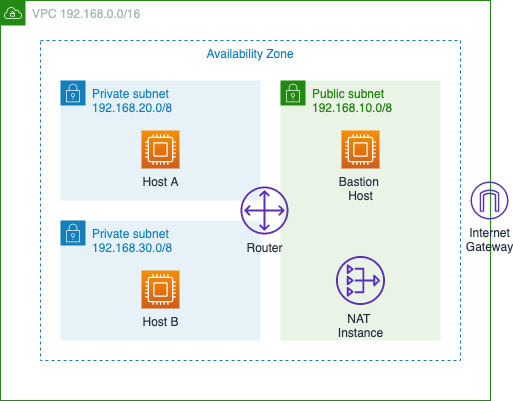
Before: activity_07_vpc/images/activity_07.png, a diagram exported from draw.io (thyagomota/21UCS39AB). Source tidied: cells renumbered, new cells last; positions are measured from the earlier drawing's top-left corner, leaving out a move shared by most shapes.
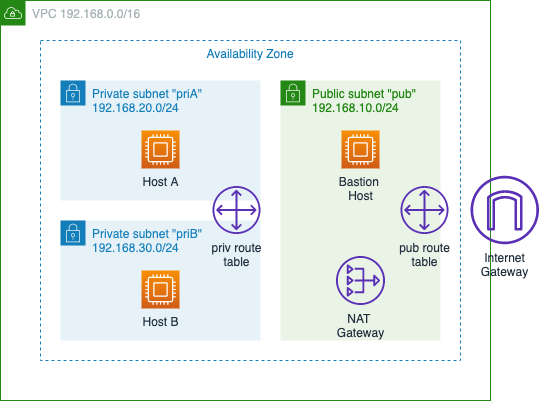
The same file after the commit.

The edit, as a diff of the source:
```diff
@@ -8,13 +8,13 @@
     <mxCell id="3" value="Availability Zone" style="fillColor=none;strokeColor=#147EBA;dashed=1;verticalAlign=top;fontStyle=0;fontColor=#147EBA;" parent="1" vertex="1">
       <mxGeometry x="40" y="40" width="420" height="320" as="geometry" />
     </mxCell>
-    <mxCell id="4" value="Public subnet&lt;br&gt;192.168.10.0/8" style="gradientColor=none;html=1;whiteSpace=wrap;fontSize=12;fontStyle=0;shape=mxgraph.aws4.group;grIcon=mxgraph.aws4.group_security_group;grStroke=0;strokeColor=#248814;fillColor=#E9F3E6;verticalAlign=top;align=left;spacingLeft=30;fontColor=#248814;dashed=0;" parent="1" vertex="1">
+    <mxCell id="4" value="Public subnet &quot;pub&quot;&lt;br&gt;192.168.10.0/24" style="gradientColor=none;html=1;whiteSpace=wrap;fontSize=12;fontStyle=0;shape=mxgraph.aws4.group;grIcon=mxgraph.aws4.group_security_group;grStroke=0;strokeColor=#248814;fillColor=#E9F3E6;verticalAlign=top;align=left;spacingLeft=30;fontColor=#248814;dashed=0;" parent="1" vertex="1">
       <mxGeometry x="280" y="80" width="160" height="260" as="geometry" />
     </mxCell>
-    <mxCell id="5" value="Private subnet&lt;br&gt;192.168.20.0/8" style="gradientColor=none;html=1;whiteSpace=wrap;fontSize=12;fontStyle=0;shape=mxgraph.aws4.group;grIcon=mxgraph.aws4.group_security_group;grStroke=0;strokeColor=#147EBA;fillColor=#E6F2F8;verticalAlign=top;align=left;spacingLeft=30;fontColor=#147EBA;dashed=0;" parent="1" vertex="1">
+    <mxCell id="5" value="Private subnet &quot;priA&quot;&lt;br&gt;192.168.20.0/24" style="gradientColor=none;html=1;whiteSpace=wrap;fontSize=12;fontStyle=0;shape=mxgraph.aws4.group;grIcon=mxgraph.aws4.group_security_group;grStroke=0;strokeColor=#147EBA;fillColor=#E6F2F8;verticalAlign=top;align=left;spacingLeft=30;fontColor=#147EBA;dashed=0;" parent="1" vertex="1">
       <mxGeometry x="60" y="80" width="200" height="120" as="geometry" />
     </mxCell>
-    <mxCell id="6" value="Private subnet&lt;br&gt;192.168.30.0/8" style="gradientColor=none;html=1;whiteSpace=wrap;fontSize=12;fontStyle=0;shape=mxgraph.aws4.group;grIcon=mxgraph.aws4.group_security_group;grStroke=0;strokeColor=#147EBA;fillColor=#E6F2F8;verticalAlign=top;align=left;spacingLeft=30;fontColor=#147EBA;dashed=0;" parent="1" vertex="1">
+    <mxCell id="6" value="Private subnet &quot;priB&quot;&lt;br&gt;192.168.30.0/24" style="gradientColor=none;html=1;whiteSpace=wrap;fontSize=12;fontStyle=0;shape=mxgraph.aws4.group;grIcon=mxgraph.aws4.group_security_group;grStroke=0;strokeColor=#147EBA;fillColor=#E6F2F8;verticalAlign=top;align=left;spacingLeft=30;fontColor=#147EBA;dashed=0;" parent="1" vertex="1">
       <mxGeometry x="60" y="220" width="200" height="120" as="geometry" />
     </mxCell>
     <mxCell id="7" value="Bastion &lt;br&gt;Host" style="fontColor=#232F3E;gradientColor=#F78E04;gradientDirection=north;fillColor=#D05C17;strokeColor=#ffffff;dashed=0;verticalLabelPosition=bottom;verticalAlign=top;align=center;html=1;fontSize=12;fontStyle=0;shape=mxgraph.aws4.resourceIcon;resIcon=mxgraph.aws4.compute;" parent="1" vertex="1">
@@ -27,13 +27,16 @@
       <mxGeometry x="141" y="270" width="38" height="38" as="geometry" />
     </mxCell>
     <mxCell id="10" value="Internet&lt;br&gt;Gateway" style="fontColor=#232F3E;gradientColor=none;fillColor=#5A30B5;strokeColor=none;dashed=0;verticalLabelPosition=bottom;verticalAlign=top;align=center;html=1;fontSize=12;fontStyle=0;shape=mxgraph.aws4.internet_gateway;" parent="1" vertex="1">
-      <mxGeometry x="470" y="181" width="38" height="38" as="geometry" />
+      <mxGeometry x="470" y="175.2" width="68.5" height="68.5" as="geometry" />
     </mxCell>
-    <mxCell id="11" value="Router" style="fontColor=#232F3E;gradientColor=none;fillColor=#5A30B5;strokeColor=none;dashed=0;verticalLabelPosition=bottom;verticalAlign=top;align=center;html=1;fontSize=12;fontStyle=0;shape=mxgraph.aws4.customer_gateway;" parent="1" vertex="1">
-      <mxGeometry x="240" y="186" width="48" height="48" as="geometry" />
-    </mxCell>
-    <mxCell id="12" value="NAT &lt;br&gt;Instance" style="fontColor=#232F3E;gradientColor=none;fillColor=#5A30B5;strokeColor=none;dashed=0;verticalLabelPosition=bottom;verticalAlign=top;align=center;html=1;fontSize=12;fontStyle=0;shape=mxgraph.aws4.nat_gateway;" parent="1" vertex="1">
+    <mxCell id="12" value="NAT &lt;br&gt;Gateway" style="fontColor=#232F3E;gradientColor=none;fillColor=#5A30B5;strokeColor=none;dashed=0;verticalLabelPosition=bottom;verticalAlign=top;align=center;html=1;fontSize=12;fontStyle=0;shape=mxgraph.aws4.nat_gateway;" parent="1" vertex="1">
       <mxGeometry x="335.5" y="255.5" width="49" height="49" as="geometry" />
     </mxCell>
+    <mxCell id="13" value="priv route&lt;br&gt;table" style="fontColor=#232F3E;gradientColor=none;fillColor=#5A30B5;strokeColor=none;dashed=0;verticalLabelPosition=bottom;verticalAlign=top;align=center;html=1;fontSize=12;fontStyle=0;shape=mxgraph.aws4.customer_gateway;" parent="1" vertex="1">
+      <mxGeometry x="212" y="185.5" width="48" height="48" as="geometry" />
+    </mxCell>
+    <mxCell id="14" value="pub route&lt;br&gt;table" style="fontColor=#232F3E;gradientColor=none;fillColor=#5A30B5;strokeColor=none;dashed=0;verticalLabelPosition=bottom;verticalAlign=top;align=center;html=1;fontSize=12;fontStyle=0;shape=mxgraph.aws4.customer_gateway;" parent="1" vertex="1">
+      <mxGeometry x="400" y="185.5" width="48" height="48" as="geometry" />
+    </mxCell>
   </root>
 </mxGraphModel>
```
